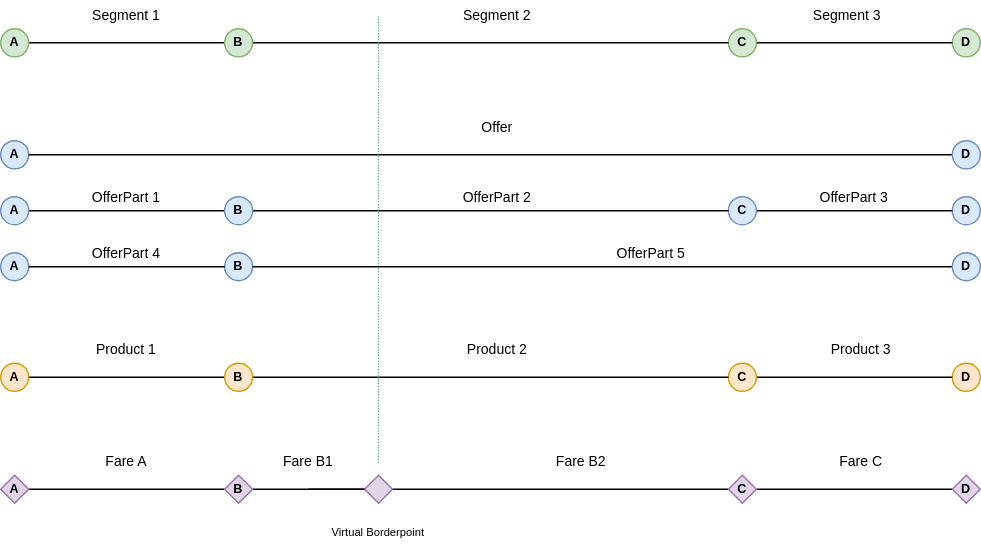
This is images/models/relationship-offer-offerpart-product-fare.svg from UnionInternationalCheminsdeFer/OSDM, a draw.io export, as it was before one commit. Source tidied: cells renumbered, new cells last; positions are measured from the earlier drawing's top-left corner, leaving out a move shared by most shapes.
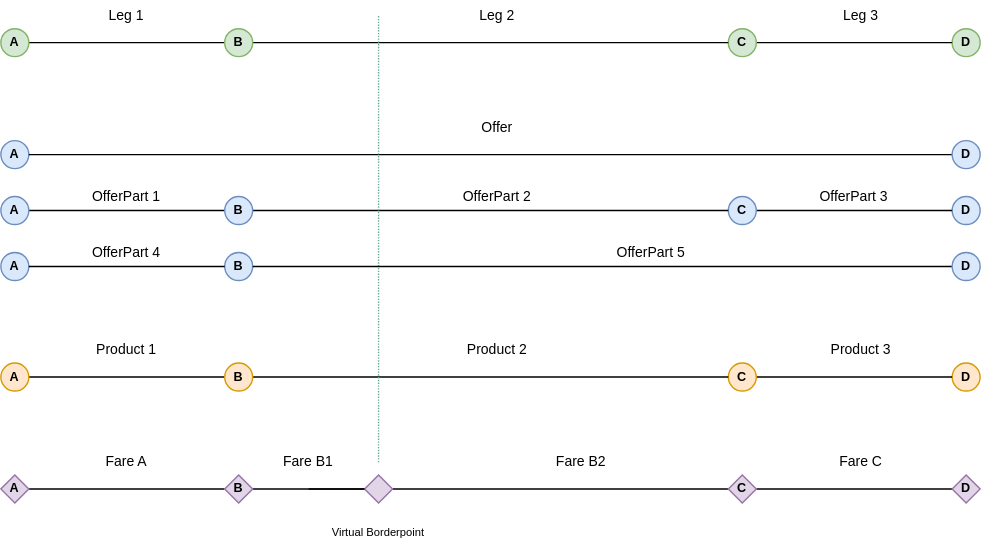
The same file after the commit.

Commit message:
rename segment to leg

Diff of the diagram source:
```diff
@@ -88,14 +88,14 @@
         <mxPoint x="520" y="349" as="targetPoint" />
       </mxGeometry>
     </mxCell>
-    <mxCell id="29" value="Segment 1" style="text;html=1;strokeColor=none;fillColor=none;align=center;verticalAlign=middle;whiteSpace=wrap;rounded=0;fontSize=10;" parent="1" vertex="1">
+    <mxCell id="29" value="Leg 1" style="text;html=1;strokeColor=none;fillColor=none;align=center;verticalAlign=middle;whiteSpace=wrap;rounded=0;fontSize=10;" parent="1" vertex="1">
       <mxGeometry x="55" width="70" height="20" as="geometry" />
     </mxCell>
-    <mxCell id="30" value="Segment 2" style="text;html=1;strokeColor=none;fillColor=none;align=center;verticalAlign=middle;whiteSpace=wrap;rounded=0;fontSize=10;" parent="1" vertex="1">
+    <mxCell id="30" value="Leg 2" style="text;html=1;strokeColor=none;fillColor=none;align=center;verticalAlign=middle;whiteSpace=wrap;rounded=0;fontSize=10;" parent="1" vertex="1">
       <mxGeometry x="320" width="70" height="20" as="geometry" />
     </mxCell>
-    <mxCell id="31" value="Segment 3" style="text;html=1;strokeColor=none;fillColor=none;align=center;verticalAlign=middle;whiteSpace=wrap;rounded=0;fontSize=10;" parent="1" vertex="1">
-      <mxGeometry x="570" width="70" height="20" as="geometry" />
+    <mxCell id="31" value="Leg 3" style="text;html=1;strokeColor=none;fillColor=none;align=center;verticalAlign=middle;whiteSpace=wrap;rounded=0;fontSize=10;" parent="1" vertex="1">
+      <mxGeometry x="580" width="70" height="20" as="geometry" />
     </mxCell>
     <mxCell id="32" value="&lt;font style=&quot;font-size: 10px&quot;&gt;Offer&lt;/font&gt;" style="text;html=1;strokeColor=none;fillColor=none;align=center;verticalAlign=middle;whiteSpace=wrap;rounded=0;" parent="1" vertex="1">
       <mxGeometry x="320" y="80" width="70" height="20" as="geometry" />
```
